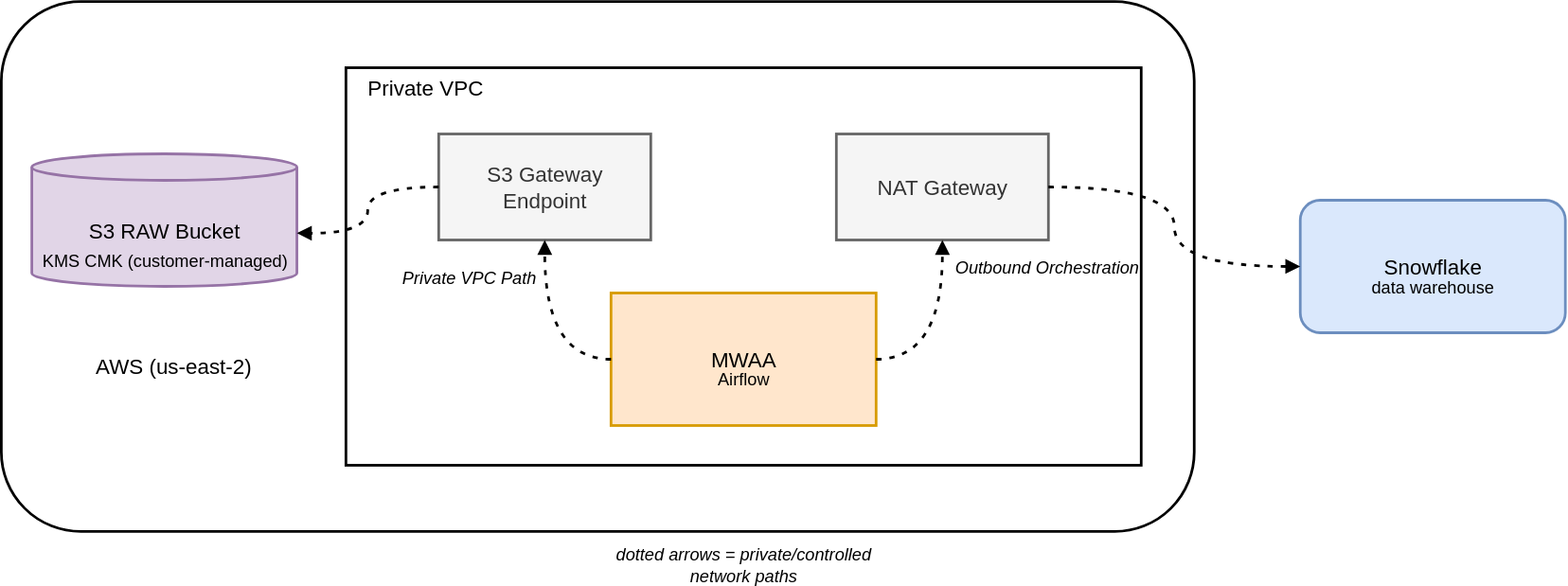
This is public/assets/diagrams/security-observability.v3.svg from davehasacat/catincloudlabs, a draw.io export, as it was before one commit. Source tidied: cells renumbered, new cells last; positions are measured from the earlier drawing's top-left corner, leaving out a move shared by most shapes.
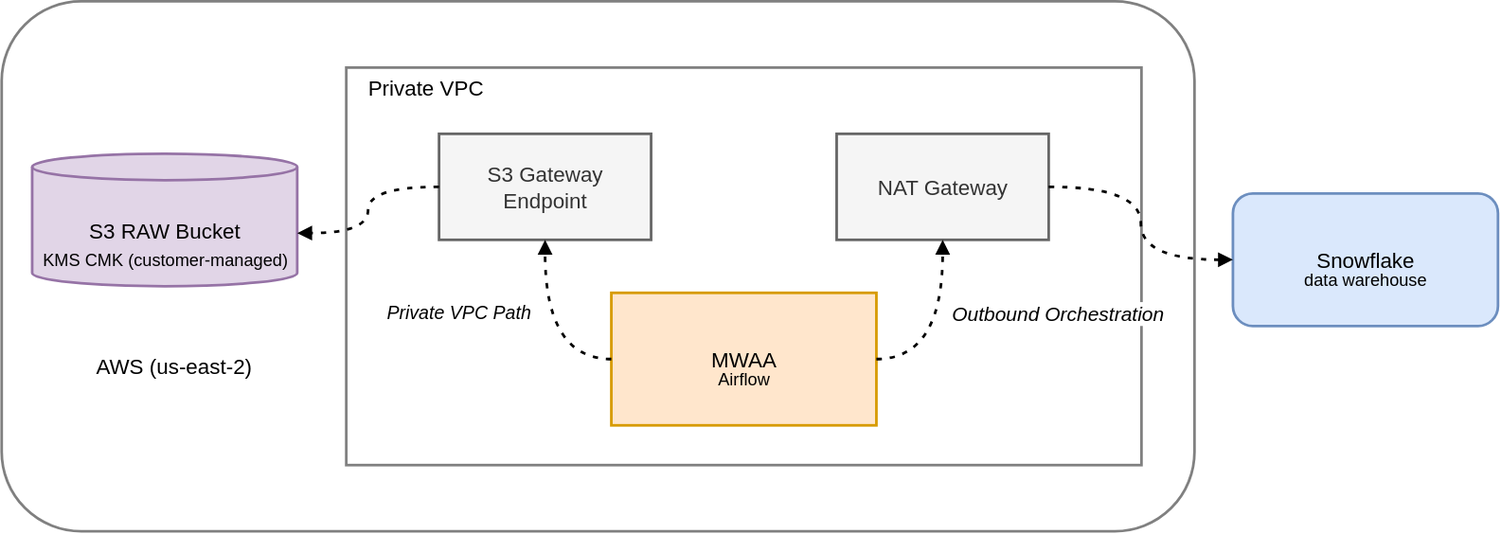
After the change.

Diff of the diagram source:
```diff
@@ -2,10 +2,10 @@
   <root>
     <mxCell id="0" />
     <mxCell id="1" parent="0" />
-    <mxCell id="2" style="whiteSpace=wrap;strokeWidth=2;spacingLeft=0;spacing=0;rounded=1;" parent="1" vertex="1">
+    <mxCell id="2" style="whiteSpace=wrap;strokeWidth=2;spacingLeft=0;spacing=0;rounded=1;strokeColor=light-dark(#808080, #ededed);" parent="1" vertex="1">
       <mxGeometry width="900" height="400" as="geometry" />
     </mxCell>
-    <mxCell id="3" style="whiteSpace=wrap;strokeWidth=2;spacingLeft=0;fontSize=13;spacing=0;" parent="1" vertex="1">
+    <mxCell id="3" style="whiteSpace=wrap;strokeWidth=2;spacingLeft=0;fontSize=13;spacing=0;strokeColor=light-dark(#808080, #ededed);" parent="1" vertex="1">
       <mxGeometry x="260" y="50" width="600" height="300" as="geometry" />
     </mxCell>
     <mxCell id="4" value="MWAA" style="whiteSpace=wrap;strokeWidth=2;fillColor=#ffe6cc;strokeColor=#d79b00;fontSize=16;" parent="1" vertex="1">
@@ -18,7 +18,7 @@
       <mxGeometry x="630" y="100" width="160" height="80" as="geometry" />
     </mxCell>
     <mxCell id="7" value="Snowflake" style="whiteSpace=wrap;strokeWidth=2;fillColor=#dae8fc;strokeColor=#6c8ebf;fontSize=16;rounded=1;" parent="1" vertex="1">
-      <mxGeometry x="980" y="150" width="200" height="100" as="geometry" />
+      <mxGeometry x="929" y="145" width="200" height="100" as="geometry" />
     </mxCell>
     <mxCell id="8" value="S3 RAW Bucket" style="shape=cylinder3;boundedLbl=1;backgroundOutline=1;size=10;strokeWidth=2;whiteSpace=wrap;fillColor=#e1d5e7;strokeColor=#9673a6;fontSize=16;" parent="1" vertex="1">
       <mxGeometry x="23" y="115" width="200" height="100" as="geometry" />
@@ -32,11 +32,11 @@
     <mxCell id="11" style="curved=1;dashed=1;dashPattern=2 3;startArrow=none;endArrow=block;rounded=0;edgeStyle=orthogonalEdgeStyle;exitX=0;exitY=0.5;exitDx=0;exitDy=0;strokeWidth=2;entryX=0.5;entryY=1;entryDx=0;entryDy=0;" parent="1" edge="1" source="4" target="5">
       <mxGeometry relative="1" as="geometry" />
     </mxCell>
-    <mxCell id="12" value="&lt;i&gt;Outbound&lt;/i&gt;&amp;nbsp;&lt;i&gt;Orchestration&lt;/i&gt;" style="text;html=1;whiteSpace=wrap;strokeColor=none;fillColor=none;align=center;verticalAlign=middle;rounded=0;fontFamily=Helvetica;fontSize=13;fontColor=default;labelBackgroundColor=default;" parent="1" vertex="1">
-      <mxGeometry x="704" y="185" width="170" height="30" as="geometry" />
+    <mxCell id="12" value="&lt;font style=&quot;font-size: 15px;&quot;&gt;&lt;i&gt;Outbound&lt;/i&gt;&amp;nbsp;&lt;i&gt;Orchestration&lt;/i&gt;&lt;/font&gt;" style="text;html=1;whiteSpace=wrap;strokeColor=none;fillColor=none;align=center;verticalAlign=middle;rounded=0;fontFamily=Helvetica;fontSize=13;fontColor=default;labelBackgroundColor=default;strokeWidth=1;" parent="1" vertex="1">
+      <mxGeometry x="712" y="220" width="170" height="30" as="geometry" />
     </mxCell>
-    <mxCell id="13" value="&lt;i&gt;Private VPC Path&lt;/i&gt;" style="text;html=1;whiteSpace=wrap;strokeColor=none;fillColor=none;align=center;verticalAlign=middle;rounded=0;fontFamily=Helvetica;fontSize=13;fontColor=default;labelBackgroundColor=default;" parent="1" vertex="1">
-      <mxGeometry x="268" y="193" width="170" height="30" as="geometry" />
+    <mxCell id="13" value="&lt;i&gt;Private VPC Path&lt;/i&gt;" style="text;html=1;whiteSpace=wrap;strokeColor=none;fillColor=none;align=center;verticalAlign=middle;rounded=0;fontFamily=Helvetica;fontSize=14;fontColor=default;labelBackgroundColor=default;" parent="1" vertex="1">
+      <mxGeometry x="260" y="220" width="170" height="30" as="geometry" />
     </mxCell>
     <mxCell id="14" value="&lt;font style=&quot;font-size: 16px;&quot;&gt;Private VPC&lt;/font&gt;" style="text;html=1;whiteSpace=wrap;strokeColor=none;fillColor=none;align=center;verticalAlign=middle;rounded=0;fontFamily=Helvetica;fontSize=11;fontColor=default;labelBackgroundColor=default;" parent="1" vertex="1">
       <mxGeometry x="260" y="50" width="120" height="30" as="geometry" />
@@ -48,16 +48,13 @@
       <mxGeometry relative="1" as="geometry" />
     </mxCell>
     <mxCell id="17" value="data warehouse" style="text;html=1;whiteSpace=wrap;strokeColor=none;fillColor=none;align=center;verticalAlign=middle;rounded=0;fontFamily=Helvetica;fontSize=13;fontColor=default;labelBackgroundColor=none;" parent="1" vertex="1">
-      <mxGeometry x="995" y="200" width="170" height="30" as="geometry" />
+      <mxGeometry x="944" y="195" width="170" height="30" as="geometry" />
     </mxCell>
     <mxCell id="18" value="Airflow" style="text;html=1;whiteSpace=wrap;strokeColor=none;fillColor=none;align=center;verticalAlign=middle;rounded=0;fontFamily=Helvetica;fontSize=13;fontColor=default;labelBackgroundColor=none;" parent="1" vertex="1">
       <mxGeometry x="475" y="270" width="170" height="30" as="geometry" />
     </mxCell>
-    <mxCell id="19" value="&lt;div&gt;&lt;i&gt;dotted arrows = private/controlled network paths&lt;/i&gt;&lt;/div&gt;" style="text;html=1;whiteSpace=wrap;strokeColor=none;fillColor=none;align=center;verticalAlign=middle;rounded=0;fontFamily=Helvetica;fontSize=13;fontColor=default;labelBackgroundColor=none;" parent="1" vertex="1">
-      <mxGeometry x="440" y="410" width="240" height="30" as="geometry" />
+    <mxCell id="19" value="KMS CMK (customer-managed)" style="text;html=1;whiteSpace=wrap;strokeColor=none;fillColor=none;align=center;verticalAlign=middle;rounded=0;fontFamily=Helvetica;fontSize=13;fontColor=default;labelBackgroundColor=none;" parent="1" vertex="1">
+      <mxGeometry x="23.5" y="180" width="199" height="30" as="geometry" />
     </mxCell>
-    <mxCell id="20" value="KMS CMK (customer-managed)" style="text;html=1;whiteSpace=wrap;strokeColor=none;fillColor=none;align=center;verticalAlign=middle;rounded=0;fontFamily=Helvetica;fontSize=13;fontColor=default;labelBackgroundColor=none;" parent="1" vertex="1">
-      <mxGeometry x="23.5" y="180" width="199" height="30" as="geometry" />
-    </mxCell>
   </root>
 </mxGraphModel>
```
